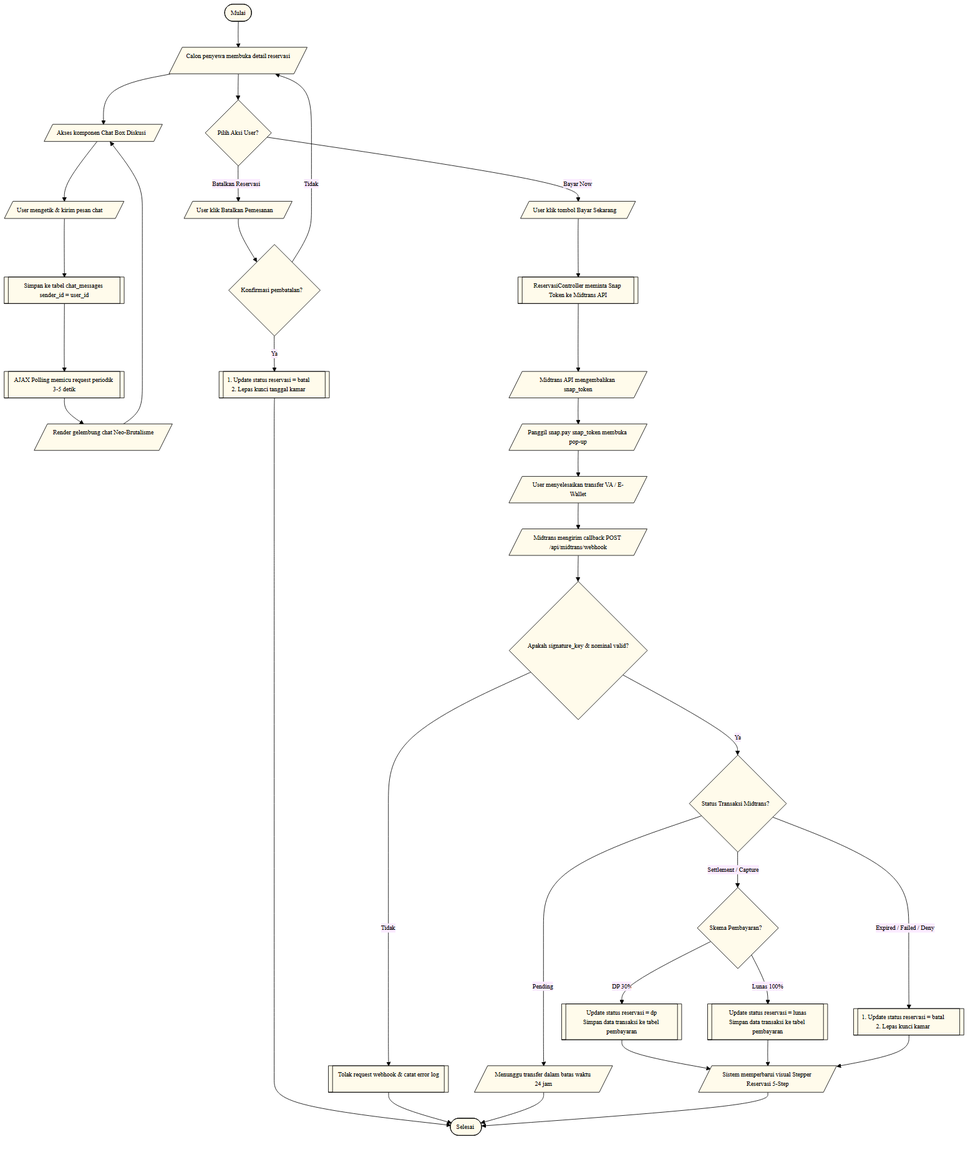
Before: Blueprint/flowchart/alur_reservasi_pembayaran.png, a diagram exported from Mermaid (rafifarsyapradiva/asri-boarding-house). Its source is kept beside it as Blueprint/flowchart/alur_reservasi_pembayaran.mmd.
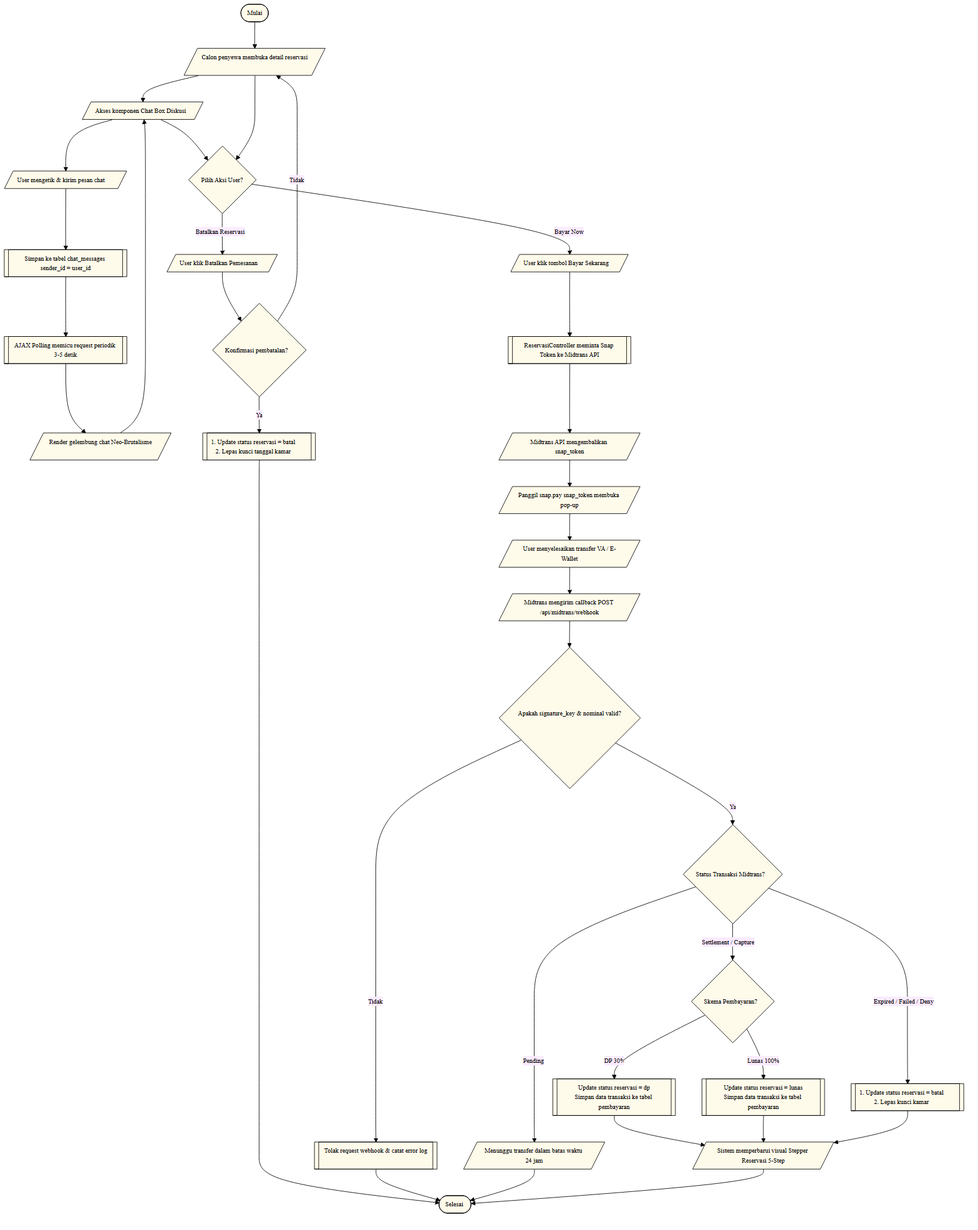
The same diagram one commit later.

Diff of the diagram source:
```diff
@@ -19,7 +19,8 @@
     AJAXPolling --> RenderBubble[/Render gelembung chat Neo-Brutalisme/]
     RenderBubble --> ChatSection
 
-    BukaDetailReservasi --> PilihAksi{"Pilih Aksi User?"}
+    ChatSection --> PilihAksi{"Pilih Aksi User?"}
+    BukaDetailReservasi --> PilihAksi
 
     PilihAksi -- "Batalkan Reservasi" --> KlikBatal[/User klik Batalkan Pemesanan/]
     KlikBatal --> KonfirmasiBatal{"Konfirmasi pembatalan?"}
```
